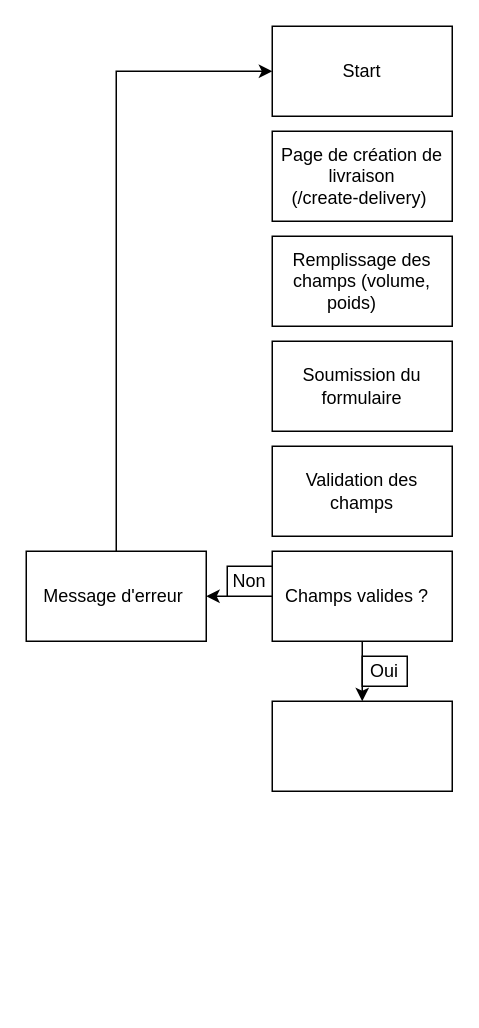
Earlier version of the draw.io diagram Diagramme Gestion des livraisons.drawio (Thibisault/Projet-8-diagrammes). Source tidied: cells renumbered, new cells numbered last; positions are measured from the earlier drawing's top-left corner, leaving out a move shared by most shapes. Both pictures are drawn from the tidied source at 150%, with x=0, y=0 at pixel (26, 26).
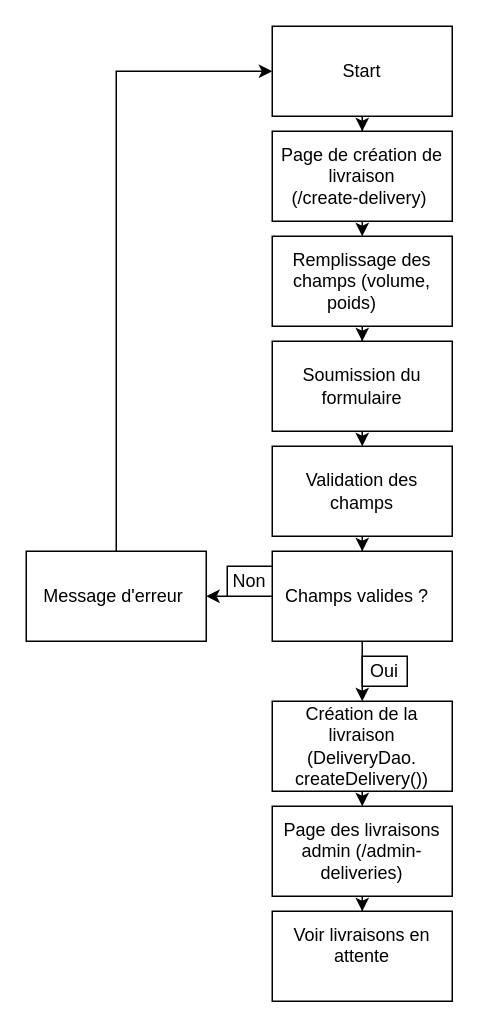
The same page after the edit.

Commit message (it also covers changes not shown here):
Mettre à jour Diagramme Gestion des livraisons.drawio

Unchanged cells that the change refers to:
```xml
<mxCell id="2" value="Start" style="whiteSpace=wrap;html=1;" parent="1" vertex="1">
  <mxGeometry x="164" width="120" height="60" as="geometry" />
</mxCell>
<mxCell id="3" value="Page de création de livraison&lt;div&gt;(/create-delivery)&amp;nbsp;&lt;br&gt;&lt;/div&gt;" style="whiteSpace=wrap;html=1;" parent="1" vertex="1">
  <mxGeometry x="164" y="70" width="120" height="60" as="geometry" />
</mxCell>
<mxCell id="4" value="Remplissage des champs (volume, poids)&amp;nbsp; &amp;nbsp;&amp;nbsp;" style="whiteSpace=wrap;html=1;" parent="1" vertex="1">
  <mxGeometry x="164" y="140" width="120" height="60" as="geometry" />
</mxCell>
<mxCell id="5" value="&lt;br&gt;Soumission du formulaire&lt;br&gt;&lt;div&gt;&lt;br/&gt;&lt;/div&gt;" style="whiteSpace=wrap;html=1;" parent="1" vertex="1">
  <mxGeometry x="164" y="210" width="120" height="60" as="geometry" />
</mxCell>
<mxCell id="6" value="&lt;br&gt;Validation des champs&lt;br&gt;&lt;div&gt;&lt;br/&gt;&lt;/div&gt;" style="whiteSpace=wrap;html=1;" parent="1" vertex="1">
  <mxGeometry x="164" y="280" width="120" height="60" as="geometry" />
</mxCell>
<mxCell id="9" value="Champs valides ?&amp;nbsp;&amp;nbsp;" style="whiteSpace=wrap;html=1;" parent="1" vertex="1">
  <mxGeometry x="164" y="350" width="120" height="60" as="geometry" />
</mxCell>
```

The edit, as a diff of the source:
```diff
@@
+    <mxCell id="15" style="edgeStyle=orthogonalEdgeStyle;rounded=0;jettySize=auto;html=1;exitX=0.5;exitY=1;exitDx=0;exitDy=0;" parent="1" edge="1" source="2" target="3">
+      <mxGeometry relative="1" as="geometry" />
+    </mxCell>
@@
+    <mxCell id="16" style="edgeStyle=orthogonalEdgeStyle;rounded=0;jettySize=auto;html=1;exitX=0.5;exitY=1;exitDx=0;exitDy=0;entryX=0.5;entryY=0;entryDx=0;entryDy=0;" parent="1" edge="1" source="3" target="4">
+      <mxGeometry relative="1" as="geometry" />
+    </mxCell>
@@
+    <mxCell id="17" style="edgeStyle=orthogonalEdgeStyle;rounded=0;jettySize=auto;html=1;exitX=0.5;exitY=1;exitDx=0;exitDy=0;" parent="1" edge="1" source="4" target="5">
+      <mxGeometry relative="1" as="geometry" />
+    </mxCell>
@@
+    <mxCell id="18" style="edgeStyle=orthogonalEdgeStyle;rounded=0;jettySize=auto;html=1;exitX=0.5;exitY=1;exitDx=0;exitDy=0;entryX=0.5;entryY=0;entryDx=0;entryDy=0;" parent="1" edge="1" source="5" target="6">
+      <mxGeometry relative="1" as="geometry" />
+    </mxCell>
@@
+    <mxCell id="19" style="edgeStyle=orthogonalEdgeStyle;rounded=0;jettySize=auto;html=1;exitX=0.5;exitY=1;exitDx=0;exitDy=0;" parent="1" edge="1" source="6" target="9">
+      <mxGeometry relative="1" as="geometry" />
+    </mxCell>
@@
+    <mxCell id="20" style="edgeStyle=orthogonalEdgeStyle;rounded=0;jettySize=auto;html=1;exitX=0.5;exitY=1;exitDx=0;exitDy=0;entryX=0.5;entryY=0;entryDx=0;entryDy=0;" parent="1" edge="1" source="12" target="22">
+      <mxGeometry relative="1" as="geometry" />
+    </mxCell>
-    <mxCell id="12" style="whiteSpace=wrap;html=1;" parent="1" vertex="1">
+    <mxCell id="12" value="Création de la livraison (DeliveryDao.&lt;div&gt;createDelivery())&lt;/div&gt;" style="whiteSpace=wrap;html=1;" parent="1" vertex="1">
       <mxGeometry x="164" y="450" width="120" height="60" as="geometry" />
     </mxCell>
@@
+    <mxCell id="21" style="edgeStyle=orthogonalEdgeStyle;rounded=0;jettySize=auto;html=1;exitX=0.5;exitY=1;exitDx=0;exitDy=0;" parent="1" edge="1" source="22" target="23">
+      <mxGeometry relative="1" as="geometry" />
+    </mxCell>
+    <mxCell id="22" value="Page des livraisons admin (/admin-deliveries)" style="whiteSpace=wrap;html=1;" parent="1" vertex="1">
+      <mxGeometry x="164" y="520" width="120" height="60" as="geometry" />
+    </mxCell>
+    <mxCell id="23" value="Voir livraisons en attente&lt;br&gt;&lt;div&gt;&lt;br/&gt;&lt;/div&gt;" style="whiteSpace=wrap;html=1;" parent="1" vertex="1">
+      <mxGeometry x="164" y="590" width="120" height="60" as="geometry" />
+    </mxCell>
```
